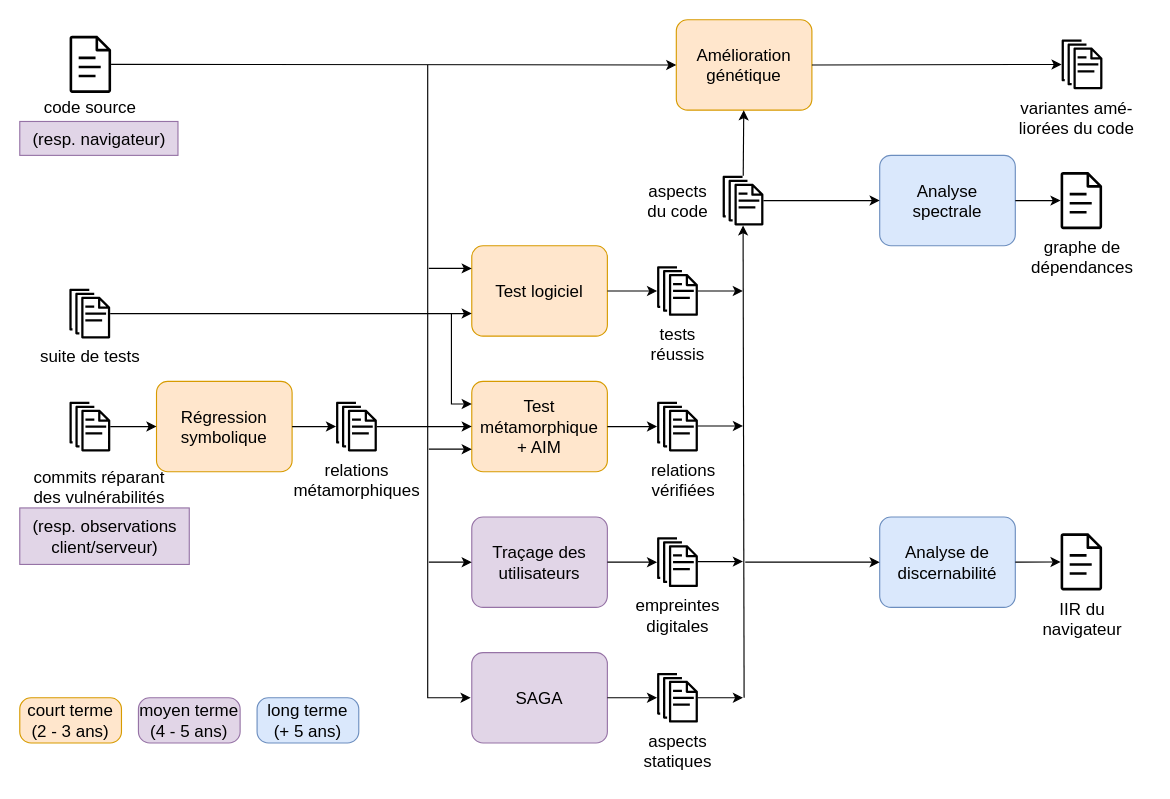
Before: researchProject2025.drawio in yoann-marquer/Diagrams, a draw.io diagram. Source tidied: cells renumbered, new cells numbered last; positions are measured from the earlier drawing's top-left corner, leaving out a move shared by most shapes. Both pictures are drawn from the tidied source at 113%, with x=0, y=0 at pixel (19, 19).
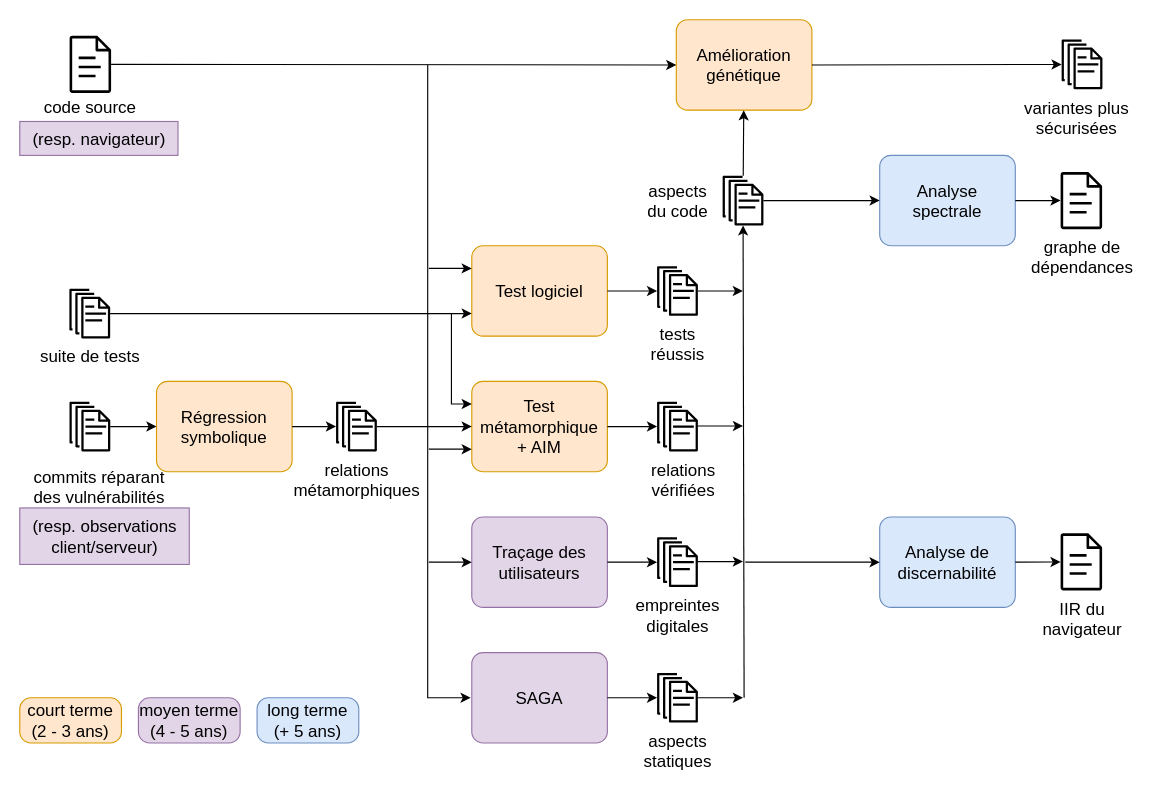
Above is the later version.

Commit message:
maj variantes

The edit, as a diff of the source:
```diff
@@
-    <mxCell id="7" value="&lt;div&gt;variantes amé-&lt;/div&gt;&lt;div&gt;liorées du code&lt;/div&gt;" style="text;html=1;align=center;verticalAlign=middle;strokeColor=none;fillColor=none;fontSize=15;" parent="1" vertex="1">
-      <mxGeometry x="870" y="61.5" width="130" height="50" as="geometry" />
+    <mxCell id="7" value="&lt;div&gt;variantes plus&lt;/div&gt;&lt;div&gt;sécurisées&lt;/div&gt;" style="text;html=1;align=center;verticalAlign=middle;strokeColor=none;fillColor=none;fontSize=15;" parent="1" vertex="1">
+      <mxGeometry x="875" y="61.5" width="120" height="50" as="geometry" />
     </mxCell>
```
